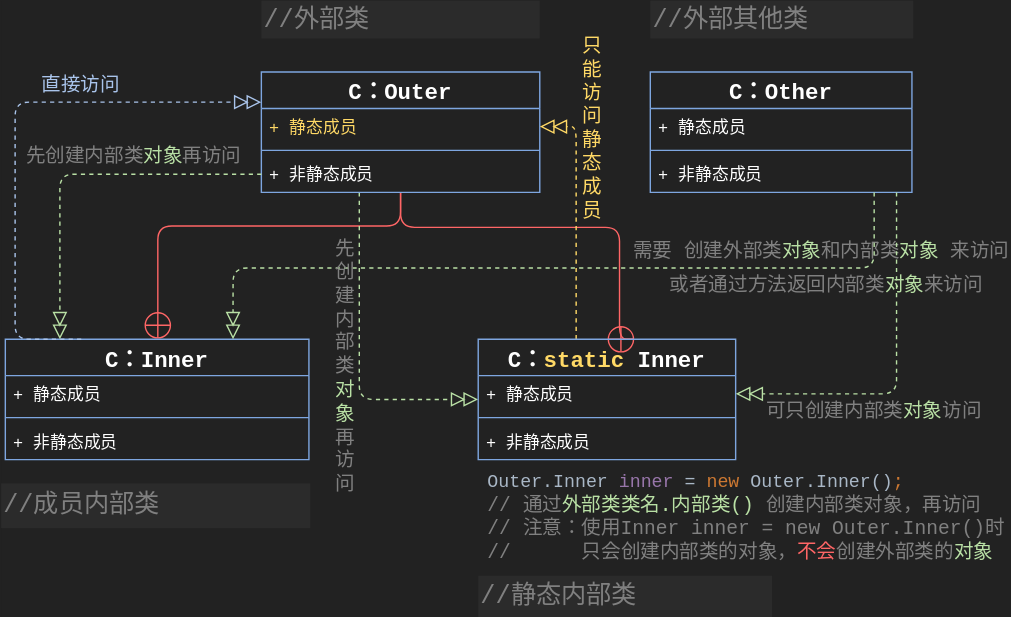
Above: drawio/InnerClassMind.svg in Stolorzs/Picgo (draw.io), before the change. Source tidied: cells renumbered, new cells last; positions are measured from the earlier drawing's top-left corner, leaving out a move shared by most shapes.
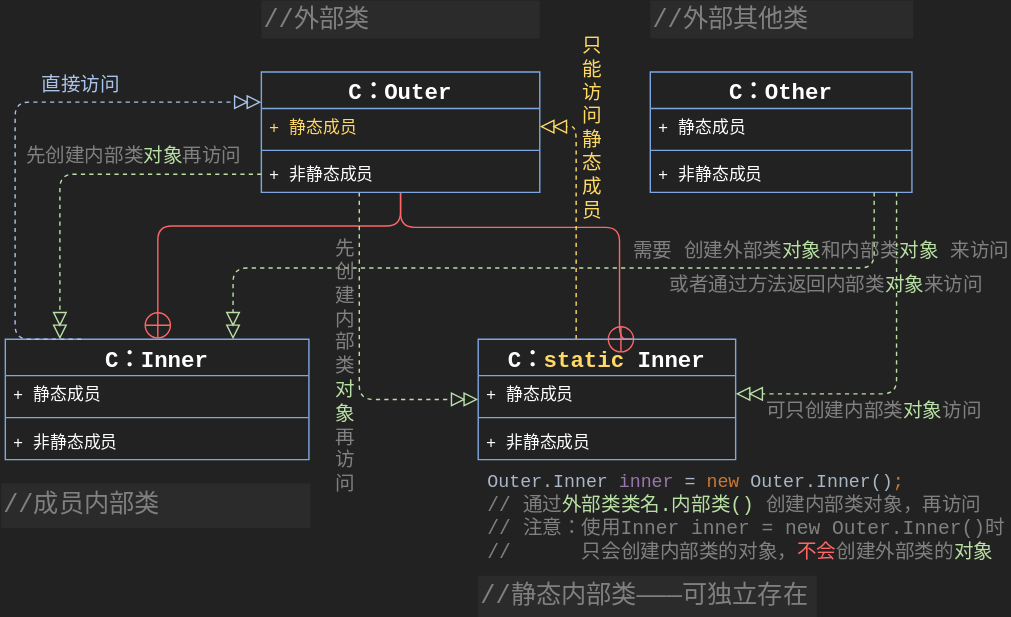
Above is the later version.

Diff of the diagram source:
```diff
@@ -74,8 +74,8 @@
     <mxCell id="19" value="&lt;span style=&quot;caret-color: rgb(255, 255, 255); color: rgb(255, 255, 255); font-family: &amp;quot;Courier New&amp;quot;;&quot;&gt;+ 非静态成员&lt;/span&gt;" style="text;strokeColor=none;fillColor=none;align=left;verticalAlign=top;spacingLeft=4;spacingRight=4;overflow=hidden;whiteSpace=wrap;html=1;fontFamily=Helvetica;fontSize=12;fontColor=default;labelBackgroundColor=none;" parent="16" vertex="1">
       <mxGeometry y="60" width="184" height="26" as="geometry" />
     </mxCell>
-    <mxCell id="20" value="&lt;div style=&quot;font-family: &amp;quot;JetBrains Mono&amp;quot;, monospace; white-space: pre; font-size: 18px;&quot;&gt;&lt;font color=&quot;#808080&quot;&gt;&lt;span style=&quot;caret-color: rgb(128, 128, 128);&quot;&gt;//静态内部类&lt;/span&gt;&lt;/font&gt;&lt;/div&gt;" style="whiteSpace=wrap;html=1;fillColor=#2B2B2B;strokeColor=none;align=left;" parent="1" vertex="1">
-      <mxGeometry x="341" y="411" width="210" height="30" as="geometry" />
+    <mxCell id="20" value="&lt;div style=&quot;font-family: &amp;quot;JetBrains Mono&amp;quot;, monospace; white-space: pre; font-size: 18px;&quot;&gt;&lt;font color=&quot;#808080&quot;&gt;&lt;span style=&quot;caret-color: rgb(128, 128, 128);&quot;&gt;//静态内部类———可独立存在&lt;/span&gt;&lt;/font&gt;&lt;/div&gt;" style="whiteSpace=wrap;html=1;fillColor=#2B2B2B;strokeColor=none;align=left;" parent="1" vertex="1">
+      <mxGeometry x="341" y="411" width="242" height="30" as="geometry" />
     </mxCell>
     <mxCell id="21" style="edgeStyle=orthogonalEdgeStyle;rounded=1;jettySize=auto;html=1;strokeColor=#A9C4EB;align=center;verticalAlign=middle;fontFamily=Helvetica;fontSize=12;fontColor=default;labelBackgroundColor=default;startSize=8;endArrow=doubleBlock;endFill=0;endSize=8;dashed=1;entryX=0;entryY=0.25;entryDx=0;entryDy=0;exitX=0.25;exitY=0;exitDx=0;exitDy=0;" parent="1" edge="1" source="11" target="5">
       <mxGeometry relative="1" as="geometry">
```
